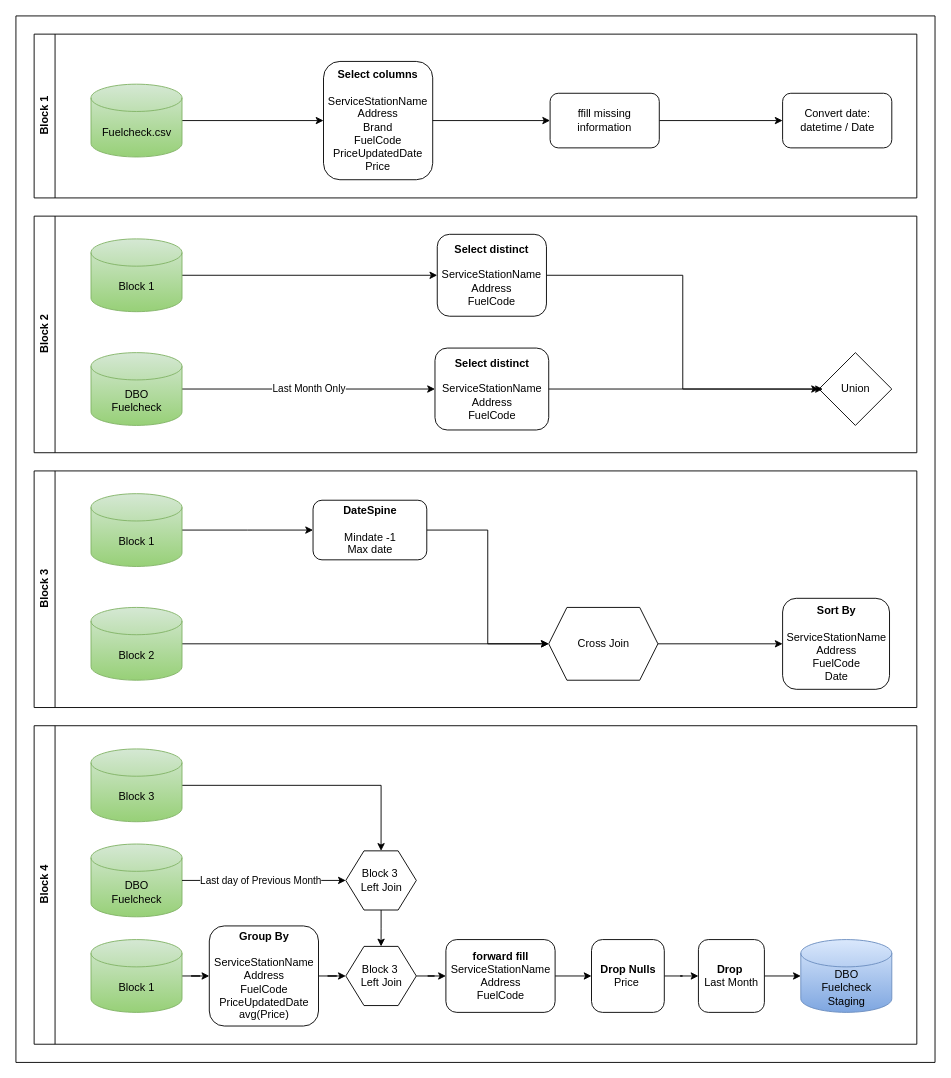
This is documentation/dataflow specs/2.data_transformation_DFD.drawio from Constellation-Analytics/NSW-Fuel-Price-Insights, a draw.io file, before an edit. Source tidied: cells renumbered, new cells numbered last; positions are measured from the earlier drawing's top-left corner, leaving out a move shared by most shapes. Both pictures are drawn from the tidied source at 91%, with x=0, y=0 at pixel (15, 15).
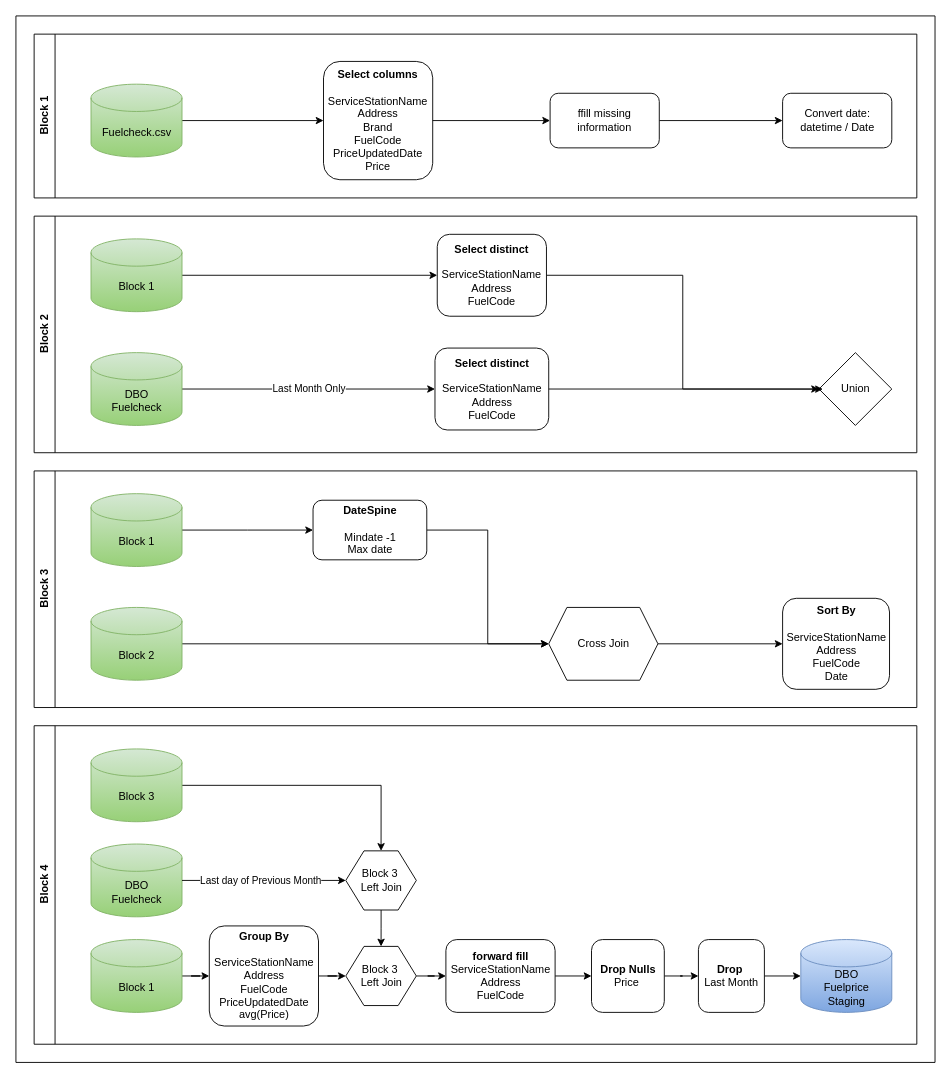
After the change.

The change refers to these unchanged cells:
```xml
<mxCell id="30" value="Block 4" style="swimlane;horizontal=0;whiteSpace=wrap;html=1;" parent="1" vertex="1">
  <mxGeometry x="20" y="780" width="970" height="350" as="geometry" />
</mxCell>
```

Change to the diagram source:
```diff
@@
-    <mxCell id="43" value="DBO&lt;div&gt;Fuelcheck&lt;/div&gt;&lt;div&gt;Staging&lt;/div&gt;" style="shape=cylinder3;whiteSpace=wrap;html=1;boundedLbl=1;backgroundOutline=1;size=15;fillColor=#dae8fc;strokeColor=#6c8ebf;gradientColor=#7ea6e0;" parent="30" vertex="1">
+    <mxCell id="43" value="DBO&lt;div&gt;Fuelprice&lt;/div&gt;&lt;div&gt;Staging&lt;/div&gt;" style="shape=cylinder3;whiteSpace=wrap;html=1;boundedLbl=1;backgroundOutline=1;size=15;fillColor=#dae8fc;strokeColor=#6c8ebf;gradientColor=#7ea6e0;" parent="30" vertex="1">
       <mxGeometry x="842.5" y="235" width="100" height="80" as="geometry" />
     </mxCell>
```
